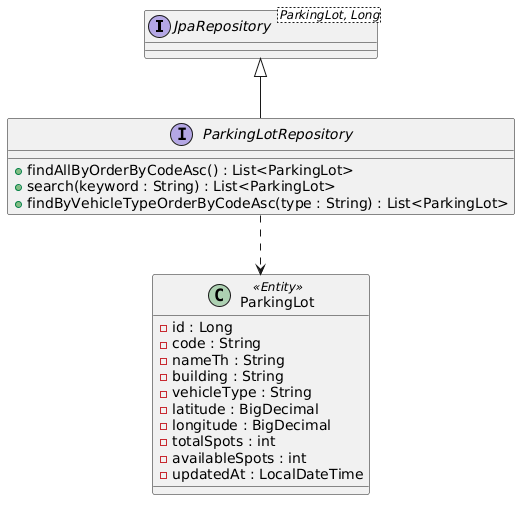
Before: docs/design/class-diagram-dao.png, a diagram exported from PlantUML (ashrofvitheekul/cs261_650001_group6).
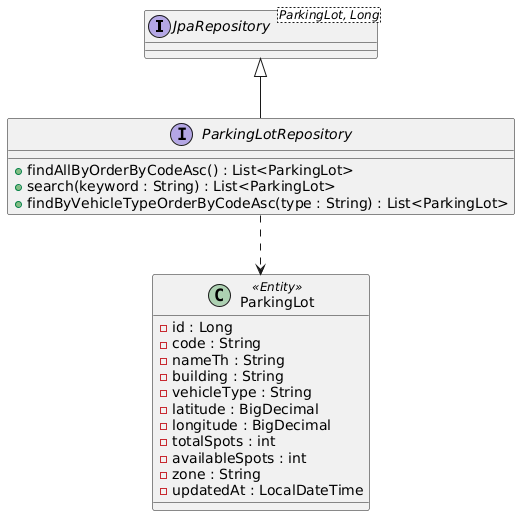
After the commit.

Change to the diagram source:
```diff
@@ -17,6 +17,7 @@
   -longitude : BigDecimal
   -totalSpots : int
   -availableSpots : int
+  -zone : String
   -updatedAt : LocalDateTime
 }
 
```
